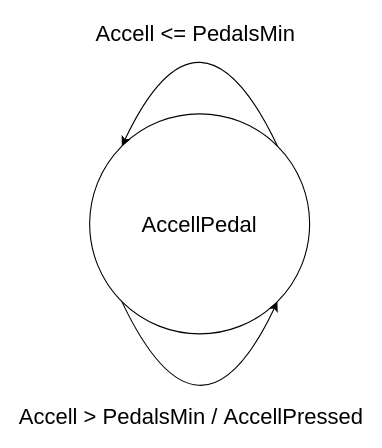
jacoballen4534/Cruise-Controller keeps this draw.io diagram as Diagrams/FSMs/Accelerator_Pedal_Control_FSM.drawio. Above is the earlier version. Source tidied: cells renumbered, new cells numbered last; positions are measured from the earlier drawing's top-left corner, leaving out a move shared by most shapes. Both pictures are drawn from the tidied source at 110%, with x=0, y=0 at pixel (89, -19).
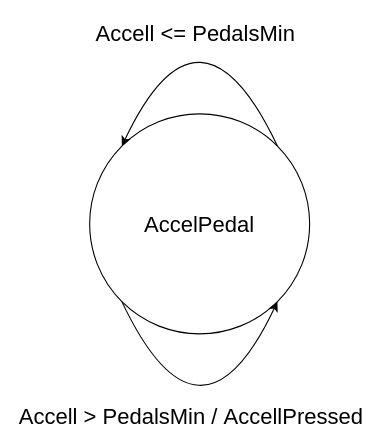
Above is the later version.

The edit, as a diff of the source:
```diff
@@
 <mxGraphModel>
   <root>
     <mxCell id="0" />
     <mxCell id="1" parent="0" />
-    <mxCell id="2" value="&lt;font style=&quot;font-size: 20px&quot;&gt;AccellPedal&lt;br&gt;&lt;/font&gt;" style="ellipse;whiteSpace=wrap;html=1;" parent="1" vertex="1">
+    <mxCell id="2" value="&lt;font style=&quot;font-size: 20px&quot;&gt;AccelPedal&lt;br&gt;&lt;/font&gt;" style="ellipse;whiteSpace=wrap;html=1;" parent="1" vertex="1">
       <mxGeometry y="120" width="200" height="200" as="geometry" />
     </mxCell>
     <mxCell id="3" style="curved=1;endArrow=classic;html=1;exitX=0;exitY=1;exitDx=0;exitDy=0;entryX=1;entryY=1;entryDx=0;entryDy=0;" parent="1" edge="1" source="2" target="2">
       <mxGeometry relative="1" as="geometry">
         <Array as="points">
           <mxPoint x="100" y="440" />
         </Array>
       </mxGeometry>
     </mxCell>
     <mxCell id="4" value="&lt;font style=&quot;font-size: 20px&quot;&gt;Accell &amp;gt; PedalsMin /&amp;nbsp;&lt;/font&gt;&lt;span style=&quot;font-size: 20px&quot;&gt;AccellPressed&lt;/span&gt;" style="edgeLabel;html=1;align=center;verticalAlign=middle;" parent="3" vertex="1">
       <mxGeometry x="-0.45" y="15" relative="1" as="geometry">
         <mxPoint x="10.1" y="27.4" as="offset" />
       </mxGeometry>
     </mxCell>
     <mxCell id="5" style="curved=1;endArrow=classic;html=1;exitX=1;exitY=0;exitDx=0;exitDy=0;entryX=0;entryY=0;entryDx=0;entryDy=0;" parent="1" edge="1" source="2" target="2">
       <mxGeometry relative="1" as="geometry">
         <Array as="points">
           <mxPoint x="100" />
         </Array>
       </mxGeometry>
     </mxCell>
     <mxCell id="6" value="&lt;font style=&quot;font-size: 20px&quot;&gt;Accell &amp;lt;= PedalsMin&lt;/font&gt;" style="edgeLabel;html=1;align=center;verticalAlign=middle;" parent="5" vertex="1">
       <mxGeometry x="-0.53" y="30" relative="1" as="geometry">
         <mxPoint x="-14.3" y="-46.4" as="offset" />
       </mxGeometry>
     </mxCell>
   </root>
 </mxGraphModel>
```
